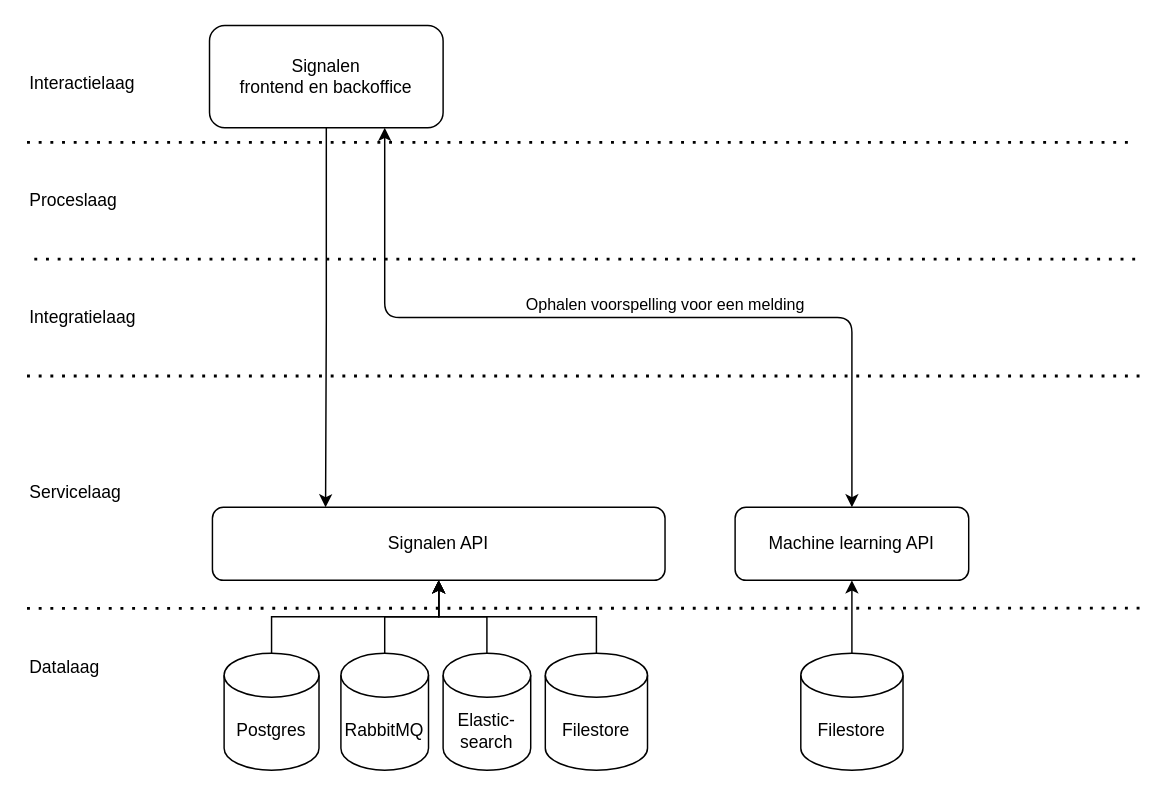
This is signalen-fullstack.drawio from bartjkdp/signalen-architectuur, a draw.io file, before an edit. Source tidied: cells renumbered, new cells numbered last; positions are measured from the earlier drawing's top-left corner, leaving out a move shared by most shapes. Both pictures are drawn from the tidied source at 146%, with x=0, y=0 at pixel (26, 25).
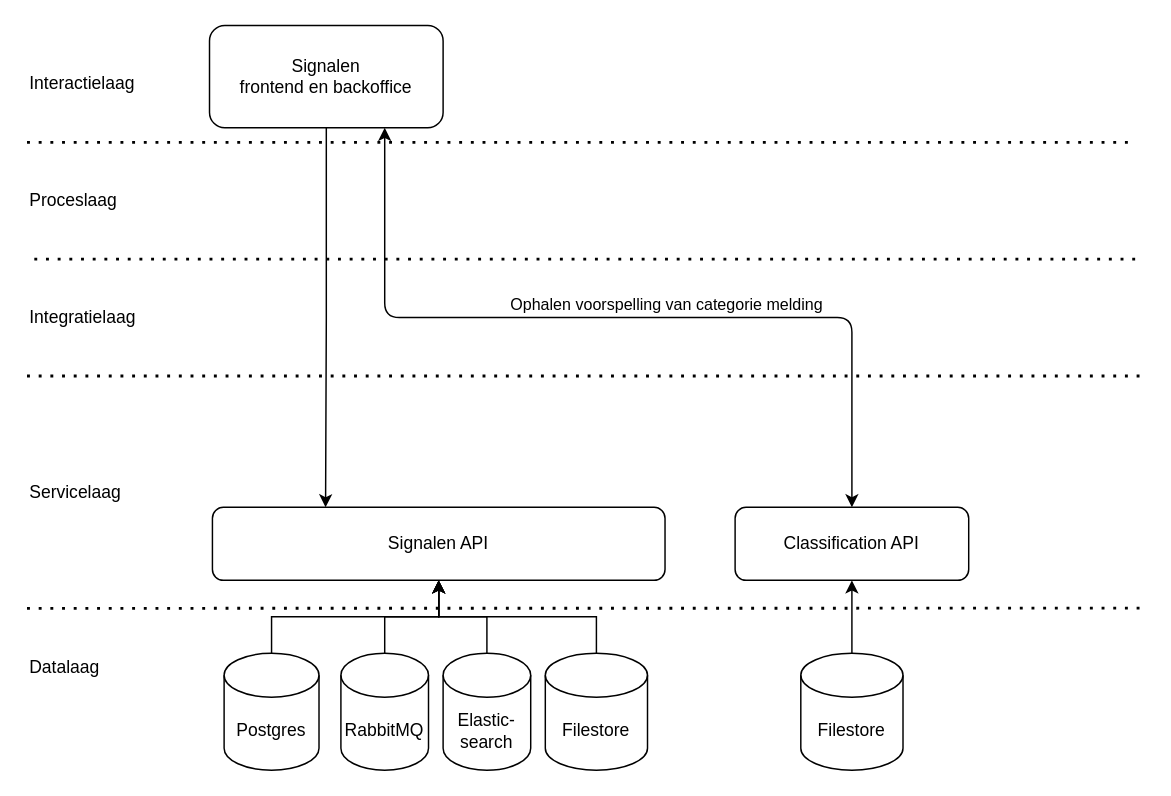
The same page after the edit.

Commit message:
Update full stack diagram

The change refers to these unchanged cells:
```xml
<mxCell id="11" style="endArrow=classic;html=1;entryX=0.75;entryY=1;entryDx=0;entryDy=0;exitX=0.5;exitY=0;exitDx=0;exitDy=0;startArrow=classic;startFill=1;endFill=1;" parent="1" edge="1" source="22" target="10">
  <mxGeometry relative="1" as="geometry">
    <Array as="points">
      <mxPoint x="565" y="200" />
      <mxPoint x="245" y="200" />
    </Array>
  </mxGeometry>
</mxCell>
```

Diff of the diagram source:
```diff
@@
-    <mxCell id="12" value="Ophalen voorspelling voor een melding" style="edgeLabel;html=1;align=center;verticalAlign=middle;" parent="11" vertex="1">
+    <mxCell id="12" value="Ophalen voorspelling van categorie melding" style="edgeLabel;html=1;align=center;verticalAlign=middle;" parent="11" vertex="1">
       <mxGeometry x="-0.08" relative="1" as="geometry">
-        <mxPoint x="8" y="-10" as="offset" />
+        <mxPoint x="9" y="-10" as="offset" />
       </mxGeometry>
     </mxCell>
@@
-    <mxCell id="22" value="Machine learning API" style="rounded=1;whiteSpace=wrap;html=1;" parent="1" vertex="1">
+    <mxCell id="22" value="Classification API" style="rounded=1;whiteSpace=wrap;html=1;" parent="1" vertex="1">
       <mxGeometry x="485" y="330" width="160" height="50" as="geometry" />
     </mxCell>
```
